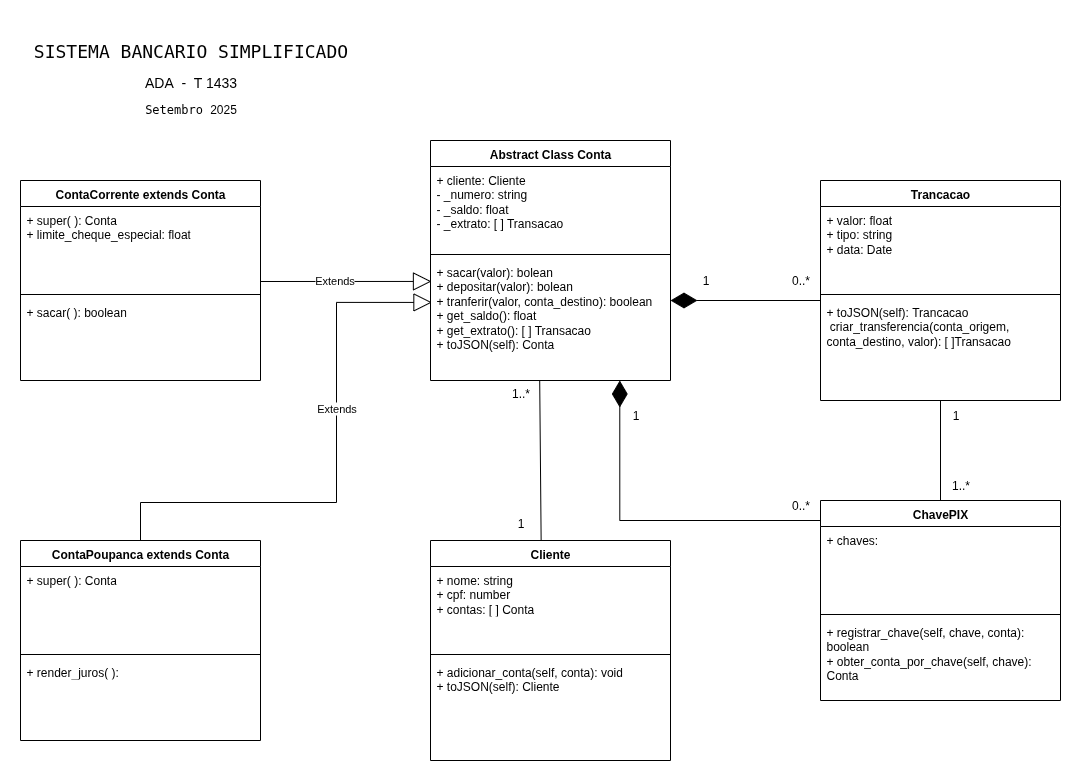
Above: SISTEMABANCARIO.png in RitaJeveaux/sistema-bancario-typescript (draw.io), before the change. Source tidied: cells renumbered, new cells last; positions are measured from the earlier drawing's top-left corner, leaving out a move shared by most shapes.
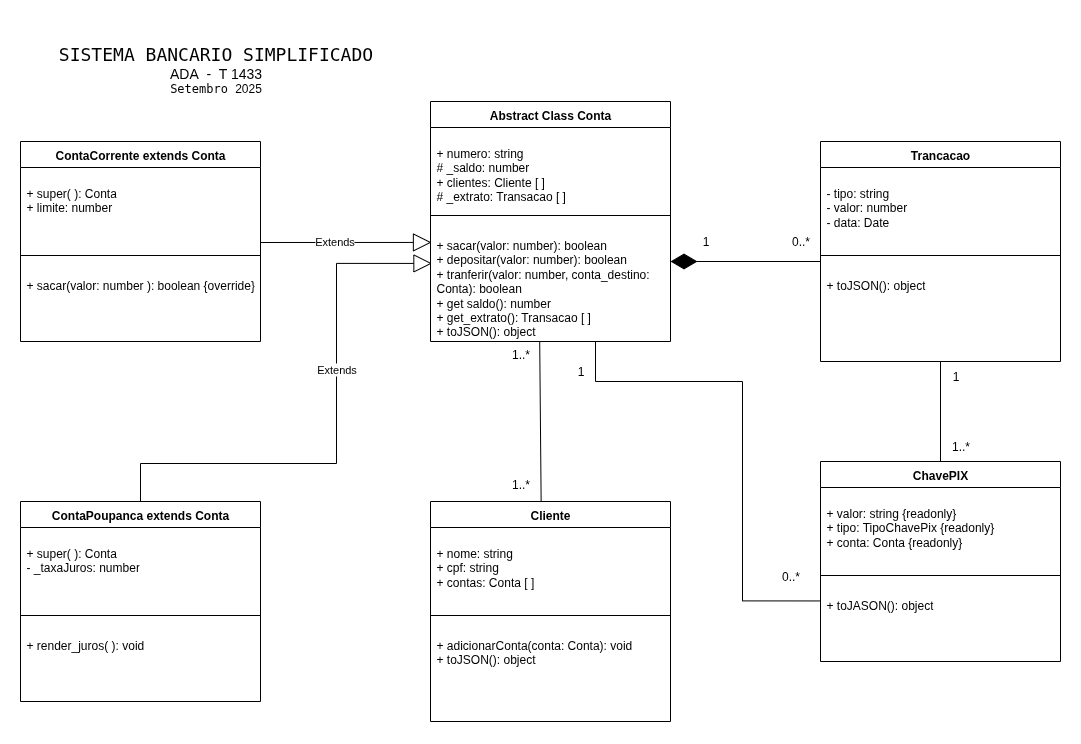
Later version of the same file.

Diff of the diagram source:
```diff
@@ -3,7 +3,7 @@
     <mxCell id="0" />
     <mxCell id="1" parent="0" />
     <mxCell id="2" style="group;" parent="1" vertex="1">
-      <mxGeometry y="40" width="1040" height="700" as="geometry" />
+      <mxGeometry x="-25" y="10" width="1040" height="700" as="geometry" />
     </mxCell>
     <mxCell id="3" style="endArrow=none;html=1;rounded=0;exitX=0.455;exitY=1.001;exitDx=0;exitDy=0;exitPerimeter=0;entryX=0.461;entryY=0.003;entryDx=0;entryDy=0;entryPerimeter=0;" parent="2" edge="1" source="8" target="10">
       <mxGeometry relative="1" as="geometry" />
@@ -16,13 +16,13 @@
     <mxCell id="5" value="Abstract Class Conta" style="swimlane;fontStyle=1;align=center;verticalAlign=top;horizontal=1;startSize=26;whiteSpace=wrap;html=1;" parent="2" vertex="1">
       <mxGeometry x="410" y="80" width="240" height="240" as="geometry" />
     </mxCell>
-    <mxCell id="6" value="+ cliente: Cliente&lt;div&gt;- _numero: string&lt;/div&gt;&lt;div&gt;- _saldo: float&lt;/div&gt;&lt;div&gt;- _extrato: [ ] Transacao&lt;/div&gt;" style="text;strokeColor=none;fillColor=none;align=left;verticalAlign=top;spacingLeft=4;spacingRight=4;overflow=hidden;whiteSpace=wrap;html=1;" parent="5" vertex="1">
+    <mxCell id="6" value="&lt;p&gt;+ numero: string&lt;br&gt;# _saldo: number&lt;br&gt;&lt;span style=&quot;background-color: transparent; color: light-dark(rgb(0, 0, 0), rgb(255, 255, 255));&quot;&gt;+ clientes: Cliente [ ]&lt;br&gt;&lt;/span&gt;# _extrato: Transacao&amp;nbsp;&lt;span style=&quot;background-color: transparent; color: light-dark(rgb(0, 0, 0), rgb(255, 255, 255));&quot;&gt;[ ]&lt;/span&gt;&lt;span style=&quot;background-color: transparent; color: light-dark(rgb(0, 0, 0), rgb(255, 255, 255));&quot;&gt;&amp;nbsp;&lt;/span&gt;&lt;/p&gt;" style="text;strokeColor=none;fillColor=none;align=left;verticalAlign=top;spacingLeft=4;spacingRight=4;overflow=hidden;whiteSpace=wrap;html=1;" parent="5" vertex="1">
       <mxGeometry y="26" width="240" height="84" as="geometry" />
     </mxCell>
     <mxCell id="7" style="line;strokeWidth=1;fillColor=none;align=left;verticalAlign=middle;spacingTop=-1;spacingLeft=3;spacingRight=3;labelPosition=right;strokeColor=inherit;" parent="5" vertex="1">
       <mxGeometry y="110" width="240" height="8" as="geometry" />
     </mxCell>
-    <mxCell id="8" value="+ sacar(valor): bolean&lt;div&gt;+ depositar(valor): bolean&lt;/div&gt;&lt;div&gt;+ tranferir(valor, conta_destino): boolean&lt;/div&gt;&lt;div&gt;+ get_saldo(): float&lt;/div&gt;&lt;div&gt;+ get_extrato(): [ ] Transacao&lt;/div&gt;&lt;div&gt;+ toJSON(self): Conta&lt;/div&gt;&lt;div&gt;&lt;br&gt;&lt;/div&gt;&lt;div&gt;&lt;br&gt;&lt;/div&gt;" style="text;strokeColor=none;fillColor=none;align=left;verticalAlign=top;spacingLeft=4;spacingRight=4;overflow=hidden;points=[[0,0.5],[1,0.5]];portConstraint=eastwest;whiteSpace=wrap;html=1;" parent="5" vertex="1">
+    <mxCell id="8" value="&lt;p&gt;+ sacar(valor: number): boolean&lt;br&gt;+ depositar(valor: number): boolean&lt;br&gt;+ tranferir(valor: number, conta_destino: Conta): boolean&lt;br&gt;+ get saldo(): number&lt;br&gt;+ get_extrato(): Transacao&amp;nbsp;&lt;span style=&quot;background-color: transparent; color: light-dark(rgb(0, 0, 0), rgb(255, 255, 255));&quot;&gt;[ ]&lt;/span&gt;&lt;span style=&quot;background-color: transparent; color: light-dark(rgb(0, 0, 0), rgb(255, 255, 255));&quot;&gt;&amp;nbsp;&lt;br&gt;&lt;/span&gt;+ toJSON(): object&lt;/p&gt;&lt;div&gt;&lt;br&gt;&lt;/div&gt;" style="text;strokeColor=none;fillColor=none;align=left;verticalAlign=top;spacingLeft=4;spacingRight=4;overflow=hidden;points=[[0,0.5],[1,0.5]];portConstraint=eastwest;whiteSpace=wrap;html=1;" parent="5" vertex="1">
       <mxGeometry y="118" width="240" height="122" as="geometry" />
     </mxCell>
     <mxCell id="9" value="&lt;h1&gt;&lt;/h1&gt;&lt;pre&gt;&lt;br&gt;&lt;/pre&gt;" style="text;html=1;align=center;verticalAlign=middle;strokeColor=none;fillColor=none;" parent="2" vertex="1">
@@ -31,49 +31,49 @@
     <mxCell id="10" value="Cliente" style="swimlane;fontStyle=1;align=center;verticalAlign=top;horizontal=1;startSize=26;whiteSpace=wrap;html=1;" parent="2" vertex="1">
       <mxGeometry x="410" y="480" width="240" height="220" as="geometry" />
     </mxCell>
-    <mxCell id="11" value="+ nome: string&lt;div&gt;+ cpf: number&lt;/div&gt;&lt;div&gt;+ contas: [ ] Conta&lt;/div&gt;" style="text;strokeColor=none;fillColor=none;align=left;verticalAlign=top;spacingLeft=4;spacingRight=4;overflow=hidden;whiteSpace=wrap;html=1;" parent="10" vertex="1">
+    <mxCell id="11" value="&lt;p&gt;+ nome: string&lt;br&gt;+ cpf: string&lt;br&gt;+ contas: Conta [ ]&lt;/p&gt;" style="text;strokeColor=none;fillColor=none;align=left;verticalAlign=top;spacingLeft=4;spacingRight=4;overflow=hidden;whiteSpace=wrap;html=1;" parent="10" vertex="1">
       <mxGeometry y="26" width="240" height="84" as="geometry" />
     </mxCell>
     <mxCell id="12" style="line;strokeWidth=1;fillColor=none;align=left;verticalAlign=middle;spacingTop=-1;spacingLeft=3;spacingRight=3;labelPosition=right;strokeColor=inherit;" parent="10" vertex="1">
       <mxGeometry y="110" width="240" height="8" as="geometry" />
     </mxCell>
-    <mxCell id="13" value="+ adicionar_conta(self, conta): void&lt;div&gt;+ toJSON(self): Cliente&lt;/div&gt;" style="text;strokeColor=none;fillColor=none;align=left;verticalAlign=top;spacingLeft=4;spacingRight=4;overflow=hidden;whiteSpace=wrap;html=1;" parent="10" vertex="1">
+    <mxCell id="13" value="&lt;p&gt;+ adicionarConta(conta: Conta): void&lt;br&gt;+ toJSON(): object&lt;/p&gt;" style="text;strokeColor=none;fillColor=none;align=left;verticalAlign=top;spacingLeft=4;spacingRight=4;overflow=hidden;whiteSpace=wrap;html=1;" parent="10" vertex="1">
       <mxGeometry y="118" width="240" height="102" as="geometry" />
     </mxCell>
     <mxCell id="14" value="Trancacao" style="swimlane;fontStyle=1;align=center;verticalAlign=top;horizontal=1;startSize=26;whiteSpace=wrap;html=1;" parent="2" vertex="1">
       <mxGeometry x="800" y="120" width="240" height="220" as="geometry" />
     </mxCell>
-    <mxCell id="15" value="+ valor: float&lt;div&gt;+ tipo: string&lt;/div&gt;&lt;div&gt;+ data: Date&lt;/div&gt;" style="text;strokeColor=none;fillColor=none;align=left;verticalAlign=top;spacingLeft=4;spacingRight=4;overflow=hidden;whiteSpace=wrap;html=1;" parent="14" vertex="1">
+    <mxCell id="15" value="&lt;p&gt;- tipo: string&lt;br&gt;- valor: number&lt;br&gt;- data: Date&lt;/p&gt;" style="text;strokeColor=none;fillColor=none;align=left;verticalAlign=top;spacingLeft=4;spacingRight=4;overflow=hidden;whiteSpace=wrap;html=1;" parent="14" vertex="1">
       <mxGeometry y="26" width="240" height="84" as="geometry" />
     </mxCell>
     <mxCell id="16" style="line;strokeWidth=1;fillColor=none;align=left;verticalAlign=middle;spacingTop=-1;spacingLeft=3;spacingRight=3;labelPosition=right;strokeColor=inherit;" parent="14" vertex="1">
       <mxGeometry y="110" width="240" height="8" as="geometry" />
     </mxCell>
-    <mxCell id="17" value="&lt;div&gt;&lt;span style=&quot;background-color: transparent; color: light-dark(rgb(0, 0, 0), rgb(255, 255, 255));&quot;&gt;+ toJSON(self):&amp;nbsp;&lt;/span&gt;&lt;span style=&quot;background-color: transparent; color: light-dark(rgb(0, 0, 0), rgb(255, 255, 255));&quot;&gt;Trancacao&lt;/span&gt;&lt;/div&gt;&lt;div&gt;&amp;nbsp;criar_transferencia(conta_origem, conta_destino, valor): [ ]Transacao&lt;/div&gt;&lt;div&gt;&lt;br&gt;&lt;/div&gt;" style="text;strokeColor=none;fillColor=none;align=left;verticalAlign=top;spacingLeft=4;spacingRight=4;overflow=hidden;whiteSpace=wrap;html=1;" parent="14" vertex="1">
+    <mxCell id="17" value="&lt;p&gt;&lt;span style=&quot;background-color: transparent; color: light-dark(rgb(0, 0, 0), rgb(255, 255, 255));&quot;&gt;+ toJSON(): o&lt;/span&gt;&lt;span style=&quot;background-color: transparent; color: light-dark(rgb(0, 0, 0), rgb(255, 255, 255));&quot;&gt;bject&lt;/span&gt;&lt;/p&gt;" style="text;strokeColor=none;fillColor=none;align=left;verticalAlign=top;spacingLeft=4;spacingRight=4;overflow=hidden;whiteSpace=wrap;html=1;" parent="14" vertex="1">
       <mxGeometry y="118" width="240" height="102" as="geometry" />
     </mxCell>
     <mxCell id="18" value="ChavePIX" style="swimlane;fontStyle=1;align=center;verticalAlign=top;horizontal=1;startSize=26;whiteSpace=wrap;html=1;" parent="2" vertex="1">
       <mxGeometry x="800" y="440" width="240" height="200" as="geometry" />
     </mxCell>
-    <mxCell id="19" value="&lt;div&gt;+ chaves:&amp;nbsp;&lt;/div&gt;" style="text;strokeColor=none;fillColor=none;align=left;verticalAlign=top;spacingLeft=4;spacingRight=4;overflow=hidden;whiteSpace=wrap;html=1;" parent="18" vertex="1">
+    <mxCell id="19" value="&lt;p&gt;+ valor: string {readonly}&lt;br&gt;+ tipo: TipoChavePix&amp;nbsp;&lt;span style=&quot;background-color: transparent; color: light-dark(rgb(0, 0, 0), rgb(255, 255, 255));&quot;&gt;{readonly}&lt;br&gt;&lt;/span&gt;&lt;span style=&quot;background-color: transparent; color: light-dark(rgb(0, 0, 0), rgb(255, 255, 255));&quot;&gt;+ conta: Conta {readonly}&lt;/span&gt;&lt;/p&gt;" style="text;strokeColor=none;fillColor=none;align=left;verticalAlign=top;spacingLeft=4;spacingRight=4;overflow=hidden;whiteSpace=wrap;html=1;" parent="18" vertex="1">
       <mxGeometry y="26" width="240" height="84" as="geometry" />
     </mxCell>
     <mxCell id="20" style="line;strokeWidth=1;fillColor=none;align=left;verticalAlign=middle;spacingTop=-1;spacingLeft=3;spacingRight=3;labelPosition=right;strokeColor=inherit;" parent="18" vertex="1">
       <mxGeometry y="110" width="240" height="8" as="geometry" />
     </mxCell>
-    <mxCell id="21" value="+ registrar_chave(self, chave, conta): boolean&lt;div&gt;+&amp;nbsp;obter_conta_por_chave(self, chave): Conta&lt;br&gt;&lt;div&gt;&lt;br&gt;&lt;/div&gt;&lt;/div&gt;" style="text;strokeColor=none;fillColor=none;align=left;verticalAlign=top;spacingLeft=4;spacingRight=4;overflow=hidden;whiteSpace=wrap;html=1;" parent="18" vertex="1">
+    <mxCell id="21" value="&lt;p&gt;+ toJASON(): object&lt;/p&gt;" style="text;strokeColor=none;fillColor=none;align=left;verticalAlign=top;spacingLeft=4;spacingRight=4;overflow=hidden;whiteSpace=wrap;html=1;" parent="18" vertex="1">
       <mxGeometry y="118" width="240" height="82" as="geometry" />
     </mxCell>
     <mxCell id="22" value="ContaCorrente extends Conta" style="swimlane;fontStyle=1;align=center;verticalAlign=top;horizontal=1;startSize=26;whiteSpace=wrap;html=1;" parent="2" vertex="1">
       <mxGeometry y="120" width="240" height="200" as="geometry" />
     </mxCell>
-    <mxCell id="23" value="+ super( ): Conta&lt;div&gt;+ limite_cheque_especial: float&lt;/div&gt;" style="text;strokeColor=none;fillColor=none;align=left;verticalAlign=top;spacingLeft=4;spacingRight=4;overflow=hidden;whiteSpace=wrap;html=1;" parent="22" vertex="1">
+    <mxCell id="23" value="&lt;p&gt;+ super( ): Conta&lt;br&gt;+ limite: number&lt;/p&gt;" style="text;strokeColor=none;fillColor=none;align=left;verticalAlign=top;spacingLeft=4;spacingRight=4;overflow=hidden;whiteSpace=wrap;html=1;" parent="22" vertex="1">
       <mxGeometry y="26" width="240" height="84" as="geometry" />
     </mxCell>
     <mxCell id="24" style="line;strokeWidth=1;fillColor=none;align=left;verticalAlign=middle;spacingTop=-1;spacingLeft=3;spacingRight=3;labelPosition=right;strokeColor=inherit;" parent="22" vertex="1">
       <mxGeometry y="110" width="240" height="8" as="geometry" />
     </mxCell>
-    <mxCell id="25" value="+ sacar( ): boolean" style="text;strokeColor=none;fillColor=none;align=left;verticalAlign=top;spacingLeft=4;spacingRight=4;overflow=hidden;whiteSpace=wrap;html=1;" parent="22" vertex="1">
+    <mxCell id="25" value="&lt;p&gt;+ sacar(valor: number ): boolean {override}&lt;/p&gt;" style="text;strokeColor=none;fillColor=none;align=left;verticalAlign=top;spacingLeft=4;spacingRight=4;overflow=hidden;whiteSpace=wrap;html=1;" parent="22" vertex="1">
       <mxGeometry y="118" width="240" height="82" as="geometry" />
     </mxCell>
     <mxCell id="26" value="&lt;span style=&quot;color: rgba(0, 0, 0, 0); font-family: monospace; font-size: 0px; text-align: start;&quot;&gt;%3CmxGraphModel%3E%3Croot%3E%3CmxCell%20id%3D%220%22%2F%3E%3CmxCell%20id%3D%221%22%20parent%3D%220%22%2F%3E%3CmxCell%20id%3D%222%22%20value%3D%22ContaPoupanca%20extends%20Conta%22%20style%3D%22swimlane%3BfontStyle%3D1%3Balign%3Dcenter%3BverticalAlign%3Dtop%3BchildLayout%3DstackLayout%3Bhorizontal%3D1%3BstartSize%3D26%3BhorizontalStack%3D0%3BresizeParent%3D1%3BresizeParentMax%3D0%3BresizeLast%3D0%3Bcollapsible%3D1%3BmarginBottom%3D0%3BwhiteSpace%3Dwrap%3Bhtml%3D1%3B%22%20vertex%3D%221%22%20parent%3D%221%22%3E%3CmxGeometry%20x%3D%22250%22%20y%3D%22480%22%20width%3D%22200%22%20height%3D%22200%22%20as%3D%22geometry%22%3E%3CmxRectangle%20x%3D%22320%22%20y%3D%2240%22%20width%3D%2280%22%20height%3D%2230%22%20as%3D%22alternateBounds%22%2F%3E%3C%2FmxGeometry%3E%3C%2FmxCell%3E%3CmxCell%20id%3D%223%22%20value%3D%22%2B%20super(%20)%3A%20Conta%26lt%3Bdiv%26gt%3B%26lt%3Bbr%26gt%3B%26lt%3B%2Fdiv%26gt%3B%22%20style%3D%22text%3BstrokeColor%3Dnone%3BfillColor%3Dnone%3Balign%3Dleft%3BverticalAlign%3Dtop%3BspacingLeft%3D4%3BspacingRight%3D4%3Boverflow%3Dhidden%3Brotatable%3D0%3Bpoints%3D%5B%5B0%2C0.5%5D%2C%5B1%2C0.5%5D%5D%3BportConstraint%3Deastwest%3BwhiteSpace%3Dwrap%3Bhtml%3D1%3B%22%20vertex%3D%221%22%20parent%3D%222%22%3E%3CmxGeometry%20y%3D%2226%22%20width%3D%22200%22%20height%3D%2284%22%20as%3D%22geometry%22%2F%3E%3C%2FmxCell%3E%3CmxCell%20id%3D%224%22%20value%3D%22%22%20style%3D%22line%3BstrokeWidth%3D1%3BfillColor%3Dnone%3Balign%3Dleft%3BverticalAlign%3Dmiddle%3BspacingTop%3D-1%3BspacingLeft%3D3%3BspacingRight%3D3%3Brotatable%3D0%3BlabelPosition%3Dright%3Bpoints%3D%5B%5D%3BportConstraint%3Deastwest%3BstrokeColor%3Dinherit%3B%22%20vertex%3D%221%22%20parent%3D%222%22%3E%3CmxGeometry%20y%3D%22110%22%20width%3D%22200%22%20height%3D%228%22%20as%3D%22geometry%22%2F%3E%3C%2FmxCell%3E%3CmxCell%20id%3D%225%22%20value%3D%22%2B%20render_juros(%20)%3A%26amp%3Bnbsp%3B%26amp%3Bnbsp%3B%22%20style%3D%22text%3BstrokeColor%3Dnone%3BfillColor%3Dnone%3Balign%3Dleft%3BverticalAlign%3Dtop%3BspacingLeft%3D4%3BspacingRight%3D4%3Boverflow%3Dhidden%3Brotatable%3D0%3Bpoints%3D%5B%5B0%2C0.5%5D%2C%5B1%2C0.5%5D%5D%3BportConstraint%3Deastwest%3BwhiteSpace%3Dwrap%3Bhtml%3D1%3B%22%20vertex%3D%221%22%20parent%3D%222%22%3E%3CmxGeometry%20y%3D%22118%22%20width%3D%22200%22%20height%3D%2282%22%20as%3D%22geometry%22%2F%3E%3C%2FmxCell%3E%3C%2Froot%3E%3C%2FmxGraphModel%3E&lt;/span&gt;" style="text;html=1;align=center;verticalAlign=middle;strokeColor=none;fillColor=none;" parent="2" vertex="1">
@@ -82,13 +82,13 @@
     <mxCell id="27" value="ContaPoupanca extends Conta" style="swimlane;fontStyle=1;align=center;verticalAlign=top;horizontal=1;startSize=26;whiteSpace=wrap;html=1;" parent="2" vertex="1">
       <mxGeometry y="480" width="240" height="200" as="geometry" />
     </mxCell>
-    <mxCell id="28" value="+ super( ): Conta&lt;div&gt;&lt;br&gt;&lt;/div&gt;" style="text;strokeColor=none;fillColor=none;align=left;verticalAlign=top;spacingLeft=4;spacingRight=4;overflow=hidden;whiteSpace=wrap;html=1;" parent="27" vertex="1">
+    <mxCell id="28" value="&lt;p&gt;+ super( ): Conta&lt;br&gt;- _taxaJuros: number&lt;/p&gt;&lt;div&gt;&lt;div&gt;&lt;br&gt;&lt;/div&gt;&lt;/div&gt;" style="text;strokeColor=none;fillColor=none;align=left;verticalAlign=top;spacingLeft=4;spacingRight=4;overflow=hidden;whiteSpace=wrap;html=1;" parent="27" vertex="1">
       <mxGeometry y="26" width="240" height="84" as="geometry" />
     </mxCell>
     <mxCell id="29" style="line;strokeWidth=1;fillColor=none;align=left;verticalAlign=middle;spacingTop=-1;spacingLeft=3;spacingRight=3;labelPosition=right;strokeColor=inherit;" parent="27" vertex="1">
       <mxGeometry y="110" width="240" height="8" as="geometry" />
     </mxCell>
-    <mxCell id="30" value="+ render_juros( ):&amp;nbsp;&amp;nbsp;" style="text;strokeColor=none;fillColor=none;align=left;verticalAlign=top;spacingLeft=4;spacingRight=4;overflow=hidden;whiteSpace=wrap;html=1;" parent="27" vertex="1">
+    <mxCell id="30" value="&lt;p&gt;+ render_juros( ): void&amp;nbsp;&amp;nbsp;&lt;/p&gt;" style="text;strokeColor=none;fillColor=none;align=left;verticalAlign=top;spacingLeft=4;spacingRight=4;overflow=hidden;whiteSpace=wrap;html=1;" parent="27" vertex="1">
       <mxGeometry y="118" width="240" height="82" as="geometry" />
     </mxCell>
     <mxCell id="31" value="Extends" style="endArrow=block;endSize=16;endFill=0;html=1;rounded=0;edgeStyle=orthogonalEdgeStyle;entryX=0.006;entryY=0.36;entryDx=0;entryDy=0;entryPerimeter=0;" parent="2" edge="1" target="8">
@@ -108,16 +108,6 @@
         <mxPoint x="650" y="240" as="targetPoint" />
       </mxGeometry>
     </mxCell>
-    <mxCell id="33" style="endArrow=diamondThin;endFill=1;endSize=24;html=1;rounded=0;entryX=0.464;entryY=1.015;entryDx=0;entryDy=0;entryPerimeter=0;exitX=0.003;exitY=-0.025;exitDx=0;exitDy=0;exitPerimeter=0;edgeStyle=orthogonalEdgeStyle;" parent="2" edge="1">
-      <mxGeometry relative="1" as="geometry">
-        <mxPoint x="800" y="463.9" as="sourcePoint" />
-        <mxPoint x="599.3" y="320" as="targetPoint" />
-        <Array as="points">
-          <mxPoint x="800" y="460" />
-          <mxPoint x="599" y="460" />
-        </Array>
-      </mxGeometry>
-    </mxCell>
     <mxCell id="34" value="1" style="text;html=1;align=center;verticalAlign=middle;strokeColor=none;fillColor=none;" parent="2" vertex="1">
       <mxGeometry x="670" y="205" width="30" height="30" as="geometry" />
     </mxCell>
@@ -125,13 +115,13 @@
       <mxGeometry x="760" y="205" width="40" height="30" as="geometry" />
     </mxCell>
     <mxCell id="36" value="1" style="text;html=1;align=center;verticalAlign=middle;strokeColor=none;fillColor=none;" parent="2" vertex="1">
-      <mxGeometry x="600" y="340" width="30" height="30" as="geometry" />
+      <mxGeometry x="545" y="335" width="30" height="30" as="geometry" />
     </mxCell>
     <mxCell id="37" value="0..*" style="text;html=1;align=center;verticalAlign=middle;strokeColor=none;fillColor=none;" parent="2" vertex="1">
-      <mxGeometry x="760" y="430" width="40" height="30" as="geometry" />
+      <mxGeometry x="750" y="540" width="40" height="30" as="geometry" />
     </mxCell>
-    <mxCell id="38" value="1" style="text;html=1;align=center;verticalAlign=middle;strokeColor=none;fillColor=none;" parent="2" vertex="1">
-      <mxGeometry x="485" y="448" width="30" height="30" as="geometry" />
+    <mxCell id="38" value="1..*" style="text;html=1;align=center;verticalAlign=middle;strokeColor=none;fillColor=none;" parent="2" vertex="1">
+      <mxGeometry x="480" y="448" width="40" height="30" as="geometry" />
     </mxCell>
     <mxCell id="39" value="1..*" style="text;html=1;align=center;verticalAlign=middle;strokeColor=none;fillColor=none;" parent="2" vertex="1">
       <mxGeometry x="480" y="318" width="40" height="30" as="geometry" />
@@ -147,8 +137,18 @@
     <mxCell id="42" value="1..*" style="text;html=1;align=center;verticalAlign=middle;strokeColor=none;fillColor=none;" parent="2" vertex="1">
       <mxGeometry x="920" y="410" width="40" height="30" as="geometry" />
     </mxCell>
+    <mxCell id="44" style="endArrow=none;html=1;edgeStyle=orthogonalEdgeStyle;rounded=0;entryX=0.011;entryY=0.927;entryDx=0;entryDy=0;entryPerimeter=0;" parent="2" edge="1" source="8">
+      <mxGeometry relative="1" as="geometry">
+        <mxPoint x="800" y="579.4" as="targetPoint" />
+        <Array as="points">
+          <mxPoint x="575" y="360" />
+          <mxPoint x="722" y="360" />
+          <mxPoint x="722" y="579" />
+        </Array>
+      </mxGeometry>
+    </mxCell>
-    <mxCell id="43" value="&lt;pre&gt;&lt;font style=&quot;font-size: 18px;&quot;&gt;SISTEMA BANCARIO SIMPLIFICADO&lt;/font&gt;&lt;/pre&gt;&lt;pre&gt;&lt;font style=&quot;font-size: 14px;&quot;&gt;&lt;span style=&quot;font-family: Helvetica; white-space-collapse: collapse;&quot;&gt;ADA&amp;nbsp; -&amp;nbsp; T 1433&lt;/span&gt;&lt;/font&gt;&lt;/pre&gt;&lt;pre&gt;Setembro&amp;nbsp;&lt;span style=&quot;background-color: transparent; color: light-dark(rgb(0, 0, 0), rgb(255, 255, 255)); font-family: Helvetica; white-space-collapse: collapse;&quot;&gt;2025&lt;/span&gt;&lt;/pre&gt;&lt;div&gt;&lt;br&gt;&lt;/div&gt;" style="text;html=1;align=center;verticalAlign=middle;strokeColor=none;fillColor=none;" parent="1" vertex="1">
-      <mxGeometry width="340" height="130" as="geometry" />
+    <mxCell id="43" value="&lt;pre&gt;&lt;font style=&quot;font-size: 18px;&quot;&gt;SISTEMA BANCARIO SIMPLIFICADO&lt;br&gt;&lt;/font&gt;&lt;font style=&quot;font-size: 14px;&quot;&gt;&lt;span style=&quot;font-family: Helvetica; white-space-collapse: collapse;&quot;&gt;ADA&amp;nbsp; -&amp;nbsp; T 1433&lt;br&gt;&lt;/span&gt;&lt;/font&gt;Setembro&amp;nbsp;&lt;span style=&quot;background-color: transparent; color: light-dark(rgb(0, 0, 0), rgb(255, 255, 255)); font-family: Helvetica; white-space-collapse: collapse;&quot;&gt;2025&lt;/span&gt;&lt;/pre&gt;&lt;div&gt;&lt;br&gt;&lt;/div&gt;" style="text;html=1;align=center;verticalAlign=middle;strokeColor=none;fillColor=none;" parent="1" vertex="1">
+      <mxGeometry y="15" width="340" height="100" as="geometry" />
     </mxCell>
   </root>
 </mxGraphModel>
```
